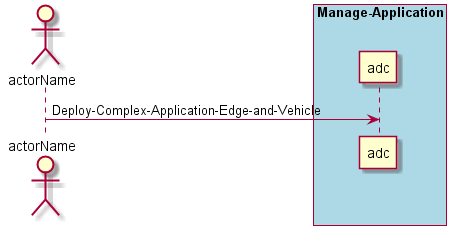
Above: docs/UseCases/Manage-Applications/Deploy-Complex-Application-Edge-and-Vehicle.png in CAADE/ADC (PlantUML), before the change. Its diagram source:
```plantuml
@startuml
Actor "actorName" as A

box "Manage-Application" #lightblue
participant "adc" as S
A -> S : Deploy-Complex-Application-Edge-and-Vehicle
end box

@enduml
```
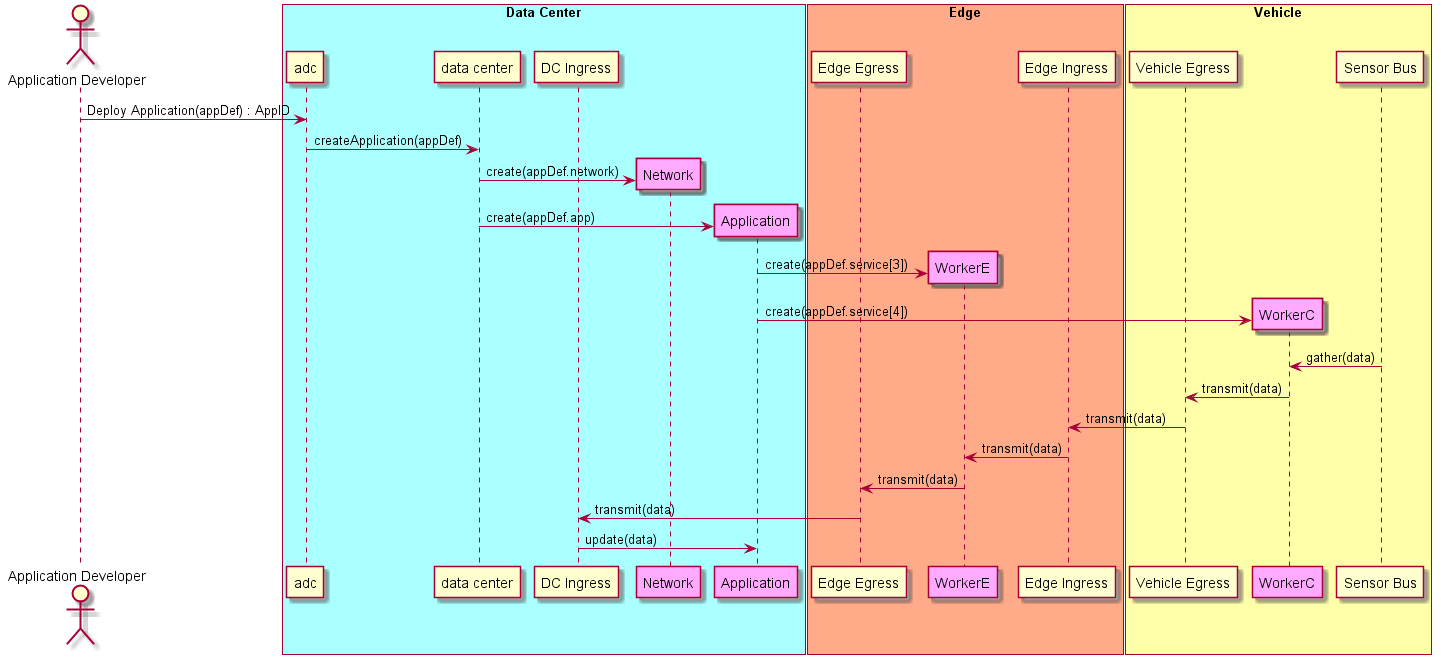
The same diagram one commit later.

What changed in the source:
```diff
@@ -1,9 +1,36 @@
 @startuml
-Actor "actorName" as A
+Actor "Application Developer" as dev
 
-box "Manage-Application" #lightblue
-participant "adc" as S
-A -> S : Deploy-Complex-Application-Edge-and-Vehicle
+box "Data Center" #aaffff
+    participant "adc" as S
+    participant "data center" as DC
+    participant "DC Ingress" as DCI
+    dev -> S : Deploy Application(appDef) : AppID
+    S -> DC : createApplication(appDef)
+    create "Network" as net #ffaaff
+    DC -> net : create(appDef.network)
+    create "Application" as app #ffaaff
+    DC -> app : create(appDef.app)
 end box
+box "Edge" #ffaa88
+    participant "Edge Egress" as EE
+    create WorkerE as workere #ffaaff
+    app -> workere: create(appDef.service[3])
+    participant "Edge Ingress" as EI
+end box
+box "Vehicle" #ffffaa
+    participant "Vehicle Egress" as CE
+    create WorkerC as workerc #ffaaff
+    app -> workerc: create(appDef.service[4])
+    participant "Sensor Bus" as CI
+end box
+CI -> workerc : gather(data)
+workerc -> CE : transmit(data)
+CE -> EI : transmit(data)
+EI -> workere : transmit(data)
+workere -> EE : transmit(data)
+EE -> DCI : transmit(data)
+DCI -> app : update(data)
+
 
 @enduml
```
